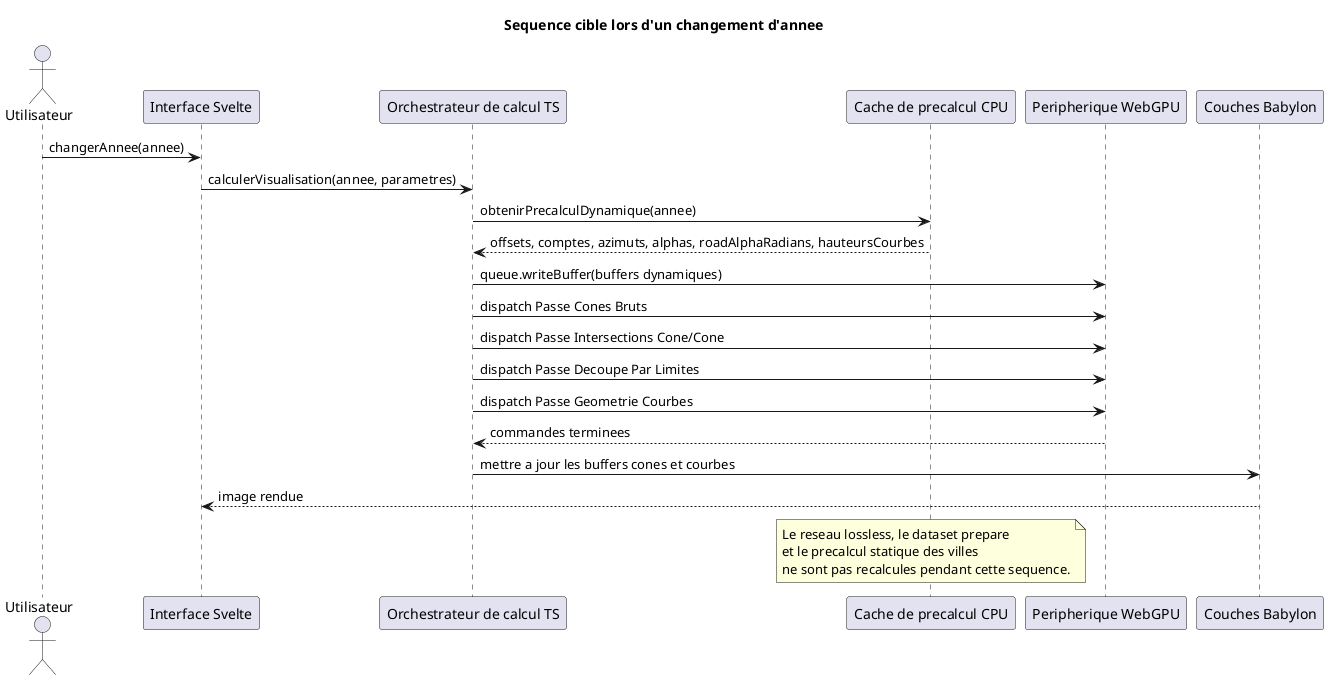
Above: docs/diagrams/precompute/06-change-year-sequence.png in kaktus40/shriveling_world (PlantUML), before the change.
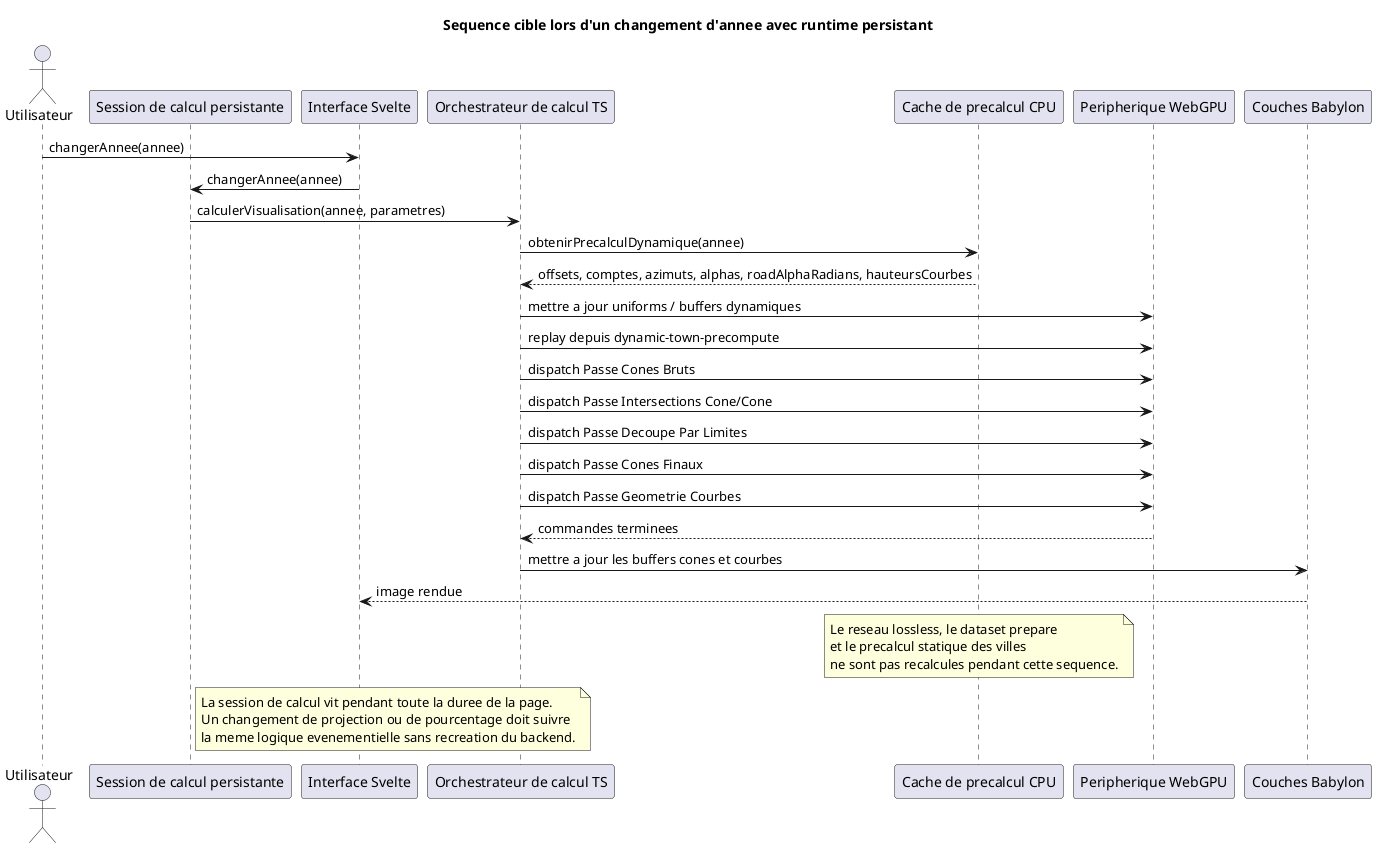
After the commit.

Diff of the diagram source:
```diff
@@ -1,7 +1,8 @@
 @startuml
-title Sequence cible lors d'un changement d'annee
+title Sequence cible lors d'un changement d'annee avec runtime persistant
 
 actor Utilisateur
+participant "Session de calcul persistante" as Session
 participant "Interface Svelte" as UI
 participant "Orchestrateur de calcul TS" as TS
 participant "Cache de precalcul CPU" as Cache
@@ -9,13 +10,16 @@
 participant "Couches Babylon" as Babylon
 
 Utilisateur -> UI : changerAnnee(annee)
-UI -> TS : calculerVisualisation(annee, parametres)
+UI -> Session : changerAnnee(annee)
+Session -> TS : calculerVisualisation(annee, parametres)
 TS -> Cache : obtenirPrecalculDynamique(annee)
 Cache --> TS : offsets, comptes, azimuts, alphas, roadAlphaRadians, hauteursCourbes
-TS -> GPU : queue.writeBuffer(buffers dynamiques)
+TS -> GPU : mettre a jour uniforms / buffers dynamiques
+TS -> GPU : replay depuis dynamic-town-precompute
 TS -> GPU : dispatch Passe Cones Bruts
 TS -> GPU : dispatch Passe Intersections Cone/Cone
 TS -> GPU : dispatch Passe Decoupe Par Limites
+TS -> GPU : dispatch Passe Cones Finaux
 TS -> GPU : dispatch Passe Geometrie Courbes
 GPU --> TS : commandes terminees
 TS -> Babylon : mettre a jour les buffers cones et courbes
@@ -26,4 +30,10 @@
   et le precalcul statique des villes
   ne sont pas recalcules pendant cette sequence.
 end note
+
+note right of Session
+  La session de calcul vit pendant toute la duree de la page.
+  Un changement de projection ou de pourcentage doit suivre
+  la meme logique evenementielle sans recreation du backend.
+end note
 @enduml
```
